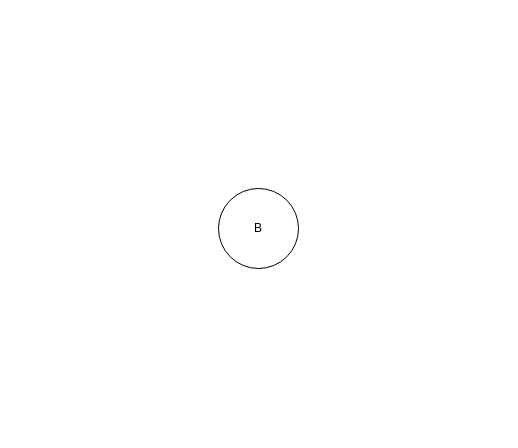
Before: 拆分.drawio in KrisHugo/Vision, a draw.io diagram. Source tidied: cells renumbered, new cells numbered last; positions are measured from the earlier drawing's top-left corner, leaving out a move shared by most shapes. Both pictures are drawn from the tidied source at 100%, with x=0, y=0 at pixel (218, 188).
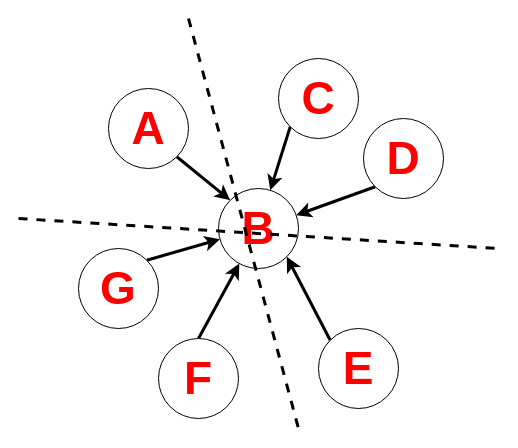
Above is the later version.

Change to the diagram source:
```diff
@@
 <mxGraphModel>
   <root>
     <mxCell id="0" />
     <mxCell id="1" parent="0" />
-    <mxCell id="2" value="B" style="ellipse;whiteSpace=wrap;html=1;" parent="1" vertex="1">
+    <mxCell id="2" value="B" style="ellipse;whiteSpace=wrap;html=1;fontSize=46;fontColor=#FF0000;fontStyle=1;verticalAlign=middle;" parent="1" vertex="1">
       <mxGeometry width="80" height="80" as="geometry" />
     </mxCell>
+    <mxCell id="3" style="rounded=0;jettySize=auto;html=1;exitX=1;exitY=1;exitDx=0;exitDy=0;entryX=0;entryY=0;entryDx=0;entryDy=0;strokeWidth=3;" parent="1" edge="1" source="4" target="2">
+      <mxGeometry relative="1" as="geometry" />
+    </mxCell>
+    <mxCell id="4" value="A" style="ellipse;whiteSpace=wrap;html=1;fontSize=46;fontColor=#FF0000;fontStyle=1;verticalAlign=middle;" parent="1" vertex="1">
+      <mxGeometry x="-110" y="-100" width="80" height="80" as="geometry" />
+    </mxCell>
+    <mxCell id="5" style="edgeStyle=none;shape=connector;rounded=0;jettySize=auto;html=1;exitX=0;exitY=1;exitDx=0;exitDy=0;strokeColor=default;strokeWidth=3;align=center;verticalAlign=middle;fontFamily=Helvetica;fontSize=11;fontColor=default;labelBackgroundColor=default;endArrow=classic;" parent="1" edge="1" source="6" target="2">
+      <mxGeometry relative="1" as="geometry" />
+    </mxCell>
+    <mxCell id="6" value="C" style="ellipse;whiteSpace=wrap;html=1;fontSize=46;fontColor=#FF0000;fontStyle=1;verticalAlign=middle;" parent="1" vertex="1">
+      <mxGeometry x="60" y="-130" width="80" height="80" as="geometry" />
+    </mxCell>
+    <mxCell id="7" style="edgeStyle=none;shape=connector;rounded=0;jettySize=auto;html=1;exitX=0;exitY=1;exitDx=0;exitDy=0;strokeColor=default;strokeWidth=3;align=center;verticalAlign=middle;fontFamily=Helvetica;fontSize=11;fontColor=default;labelBackgroundColor=default;endArrow=classic;" parent="1" edge="1" source="8" target="2">
+      <mxGeometry relative="1" as="geometry" />
+    </mxCell>
+    <mxCell id="8" value="D" style="ellipse;whiteSpace=wrap;html=1;fontSize=46;fontColor=#FF0000;fontStyle=1;verticalAlign=middle;" parent="1" vertex="1">
+      <mxGeometry x="145" y="-70" width="80" height="80" as="geometry" />
+    </mxCell>
+    <mxCell id="9" style="edgeStyle=none;shape=connector;rounded=0;jettySize=auto;html=1;exitX=0;exitY=0;exitDx=0;exitDy=0;entryX=1;entryY=1;entryDx=0;entryDy=0;strokeColor=default;strokeWidth=3;align=center;verticalAlign=middle;fontFamily=Helvetica;fontSize=11;fontColor=default;labelBackgroundColor=default;endArrow=classic;" parent="1" edge="1" source="10" target="2">
+      <mxGeometry relative="1" as="geometry" />
+    </mxCell>
+    <mxCell id="10" value="E" style="ellipse;whiteSpace=wrap;html=1;fontSize=46;fontColor=#FF0000;fontStyle=1;verticalAlign=middle;" parent="1" vertex="1">
+      <mxGeometry x="100" y="140" width="80" height="80" as="geometry" />
+    </mxCell>
+    <mxCell id="11" style="edgeStyle=none;shape=connector;rounded=0;jettySize=auto;html=1;exitX=0.5;exitY=0;exitDx=0;exitDy=0;strokeColor=default;strokeWidth=3;align=center;verticalAlign=middle;fontFamily=Helvetica;fontSize=11;fontColor=default;labelBackgroundColor=default;endArrow=classic;" parent="1" edge="1" source="12" target="2">
+      <mxGeometry relative="1" as="geometry" />
+    </mxCell>
+    <mxCell id="12" value="F" style="ellipse;whiteSpace=wrap;html=1;fontSize=46;fontColor=#FF0000;fontStyle=1;verticalAlign=middle;" parent="1" vertex="1">
+      <mxGeometry x="-60" y="150" width="80" height="80" as="geometry" />
+    </mxCell>
+    <mxCell id="13" style="edgeStyle=none;shape=connector;rounded=0;jettySize=auto;html=1;exitX=1;exitY=0;exitDx=0;exitDy=0;strokeColor=default;strokeWidth=3;align=center;verticalAlign=middle;fontFamily=Helvetica;fontSize=11;fontColor=default;labelBackgroundColor=default;endArrow=classic;" parent="1" edge="1" source="14" target="2">
+      <mxGeometry relative="1" as="geometry" />
+    </mxCell>
+    <mxCell id="14" value="G" style="ellipse;whiteSpace=wrap;html=1;fontSize=46;fontColor=#FF0000;fontStyle=1;verticalAlign=middle;" parent="1" vertex="1">
+      <mxGeometry x="-140" y="60" width="80" height="80" as="geometry" />
+    </mxCell>
+    <mxCell id="15" style="endArrow=none;dashed=1;html=1;rounded=0;strokeColor=default;strokeWidth=3;align=center;verticalAlign=middle;fontFamily=Helvetica;fontSize=11;fontColor=default;labelBackgroundColor=default;" parent="1" edge="1">
+      <mxGeometry relative="1" as="geometry">
+        <mxPoint x="-200" y="30" as="sourcePoint" />
+        <mxPoint x="280" y="60" as="targetPoint" />
+      </mxGeometry>
+    </mxCell>
+    <mxCell id="16" style="endArrow=none;dashed=1;html=1;rounded=0;strokeColor=default;strokeWidth=3;align=center;verticalAlign=middle;fontFamily=Helvetica;fontSize=11;fontColor=default;labelBackgroundColor=default;" parent="1" edge="1">
+      <mxGeometry relative="1" as="geometry">
+        <mxPoint x="-30" y="-170" as="sourcePoint" />
+        <mxPoint x="80" y="240" as="targetPoint" />
+      </mxGeometry>
+    </mxCell>
   </root>
 </mxGraphModel>
```
